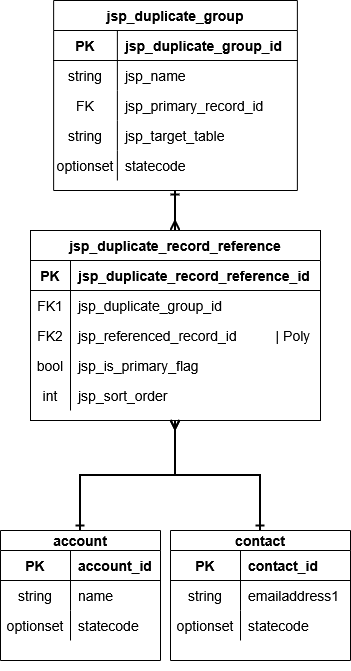
Above: Drawio/ERM Diagram.drawio.png in Josiah-Spilker/IPA-2026-Josiah-Spilker (draw.io), before the change. Source tidied: cells renumbered, new cells last; positions are measured from the earlier drawing's top-left corner, leaving out a move shared by most shapes.
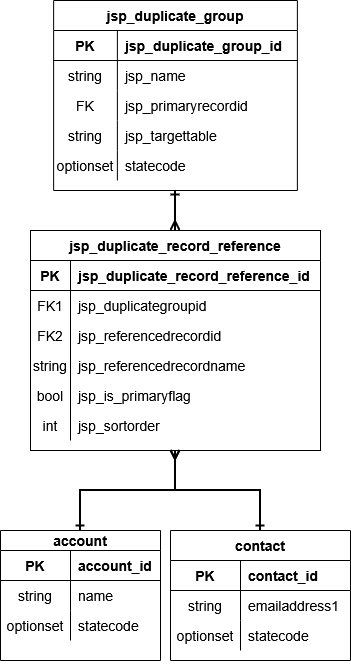
The same diagram one commit later.

Diff of the diagram source:
```diff
@@ -9,7 +9,7 @@
       <mxGeometry relative="1" as="geometry" />
     </mxCell>
     <mxCell id="4" value="jsp_duplicate_record_reference" style="shape=table;startSize=30;rowLines=0;fontStyle=1;align=center;fontSize=14;" parent="1" vertex="1">
-      <mxGeometry x="30" y="230" width="290" height="190" as="geometry" />
+      <mxGeometry x="30" y="230" width="290" height="220" as="geometry" />
     </mxCell>
     <mxCell id="5" style="shape=partialRectangle;fillColor=none;top=0;left=0;right=0;bottom=1;fontSize=14;" parent="4" vertex="1">
       <mxGeometry y="30" width="290" height="30" as="geometry" />
@@ -26,7 +26,7 @@
     <mxCell id="9" value="FK1" style="shape=partialRectangle;overflow=hidden;fillColor=none;top=0;left=0;bottom=0;right=0;fontSize=14;" parent="8" vertex="1">
       <mxGeometry width="40" height="30" as="geometry" />
     </mxCell>
-    <mxCell id="10" value="jsp_duplicate_group_id" style="shape=partialRectangle;overflow=hidden;fillColor=none;top=0;left=0;bottom=0;right=0;align=left;spacingLeft=6;fontSize=14;" parent="8" vertex="1">
+    <mxCell id="10" value="jsp_duplicategroupid" style="shape=partialRectangle;overflow=hidden;fillColor=none;top=0;left=0;bottom=0;right=0;align=left;spacingLeft=6;fontSize=14;" parent="8" vertex="1">
       <mxGeometry x="40" width="250" height="30" as="geometry" />
     </mxCell>
     <mxCell id="11" style="shape=partialRectangle;fillColor=none;top=0;left=0;right=0;bottom=0;fontSize=14;" parent="4" vertex="1">
@@ -35,32 +35,41 @@
     <mxCell id="12" value="FK2" style="shape=partialRectangle;overflow=hidden;fillColor=none;top=0;left=0;bottom=0;right=0;fontSize=14;" parent="11" vertex="1">
       <mxGeometry width="40" height="30" as="geometry" />
     </mxCell>
-    <mxCell id="13" value="jsp_referenced_record_id          | Poly" style="shape=partialRectangle;overflow=hidden;fillColor=none;top=0;left=0;bottom=0;right=0;align=left;spacingLeft=6;fontSize=14;" parent="11" vertex="1">
+    <mxCell id="13" value="jsp_referencedrecordid" style="shape=partialRectangle;overflow=hidden;fillColor=none;top=0;left=0;bottom=0;right=0;align=left;spacingLeft=6;fontSize=14;" parent="11" vertex="1">
       <mxGeometry x="40" width="250" height="30" as="geometry" />
     </mxCell>
+    <mxCell id="58" style="shape=partialRectangle;fillColor=none;top=0;left=0;right=0;bottom=0;fontSize=14;" parent="4" vertex="1">
+      <mxGeometry y="120" width="290" height="30" as="geometry" />
+    </mxCell>
+    <mxCell id="59" value="string" style="shape=partialRectangle;overflow=hidden;fillColor=none;top=0;left=0;bottom=0;right=0;fontSize=14;" parent="58" vertex="1">
+      <mxGeometry width="40" height="30" as="geometry" />
+    </mxCell>
+    <mxCell id="60" value="jsp_referencedrecordname" style="shape=partialRectangle;overflow=hidden;fillColor=none;top=0;left=0;bottom=0;right=0;align=left;spacingLeft=6;fontSize=14;" parent="58" vertex="1">
+      <mxGeometry x="40" width="250" height="30" as="geometry" />
+    </mxCell>
     <mxCell id="14" style="shape=partialRectangle;fillColor=none;top=0;left=0;right=0;bottom=0;fontSize=14;" parent="4" vertex="1">
-      <mxGeometry y="120" width="290" height="30" as="geometry" />
+      <mxGeometry y="150" width="290" height="30" as="geometry" />
     </mxCell>
     <mxCell id="15" value="bool" style="shape=partialRectangle;overflow=hidden;fillColor=none;top=0;left=0;bottom=0;right=0;fontSize=14;" parent="14" vertex="1">
       <mxGeometry width="40" height="30" as="geometry" />
     </mxCell>
-    <mxCell id="16" value="jsp_is_primary_flag" style="shape=partialRectangle;overflow=hidden;fillColor=none;top=0;left=0;bottom=0;right=0;align=left;spacingLeft=6;fontSize=14;" parent="14" vertex="1">
+    <mxCell id="16" value="jsp_is_primaryflag" style="shape=partialRectangle;overflow=hidden;fillColor=none;top=0;left=0;bottom=0;right=0;align=left;spacingLeft=6;fontSize=14;" parent="14" vertex="1">
       <mxGeometry x="40" width="250" height="30" as="geometry" />
     </mxCell>
     <mxCell id="17" style="shape=partialRectangle;fillColor=none;top=0;left=0;right=0;bottom=0;fontSize=14;" parent="4" vertex="1">
-      <mxGeometry y="150" width="290" height="30" as="geometry" />
+      <mxGeometry y="180" width="290" height="30" as="geometry" />
     </mxCell>
     <mxCell id="18" value="int" style="shape=partialRectangle;overflow=hidden;fillColor=none;top=0;left=0;bottom=0;right=0;fontSize=14;" parent="17" vertex="1">
       <mxGeometry width="40" height="30" as="geometry" />
     </mxCell>
-    <mxCell id="19" value="jsp_sort_order" style="shape=partialRectangle;overflow=hidden;fillColor=none;top=0;left=0;bottom=0;right=0;align=left;spacingLeft=6;fontSize=14;" parent="17" vertex="1">
+    <mxCell id="19" value="jsp_sortorder" style="shape=partialRectangle;overflow=hidden;fillColor=none;top=0;left=0;bottom=0;right=0;align=left;spacingLeft=6;fontSize=14;" parent="17" vertex="1">
       <mxGeometry x="40" width="250" height="30" as="geometry" />
     </mxCell>
-    <mxCell id="20" value="contact" style="shape=table;startSize=20;rowLines=0;fontStyle=1;align=center;fontSize=14;" parent="1" vertex="1">
+    <mxCell id="20" value="contact" style="shape=table;startSize=30;rowLines=0;fontStyle=1;align=center;fontSize=14;" parent="1" vertex="1">
       <mxGeometry x="170" y="530" width="180" height="130" as="geometry" />
     </mxCell>
     <mxCell id="21" style="shape=partialRectangle;fillColor=none;top=0;left=0;right=0;bottom=1;fontSize=14;" parent="20" vertex="1">
-      <mxGeometry y="20" width="180" height="30" as="geometry" />
+      <mxGeometry y="30" width="180" height="30" as="geometry" />
     </mxCell>
     <mxCell id="22" value="PK" style="shape=partialRectangle;overflow=hidden;fillColor=none;top=0;left=0;bottom=0;right=0;fontStyle=1;fontSize=14;" parent="21" vertex="1">
       <mxGeometry width="70" height="30" as="geometry" />
@@ -69,7 +78,7 @@
       <mxGeometry x="70" width="110" height="30" as="geometry" />
     </mxCell>
     <mxCell id="24" style="shape=partialRectangle;fillColor=none;top=0;left=0;right=0;bottom=0;fontSize=14;" parent="20" vertex="1">
-      <mxGeometry y="50" width="180" height="30" as="geometry" />
+      <mxGeometry y="60" width="180" height="30" as="geometry" />
     </mxCell>
     <mxCell id="25" value="string" style="shape=partialRectangle;overflow=hidden;fillColor=none;top=0;left=0;bottom=0;right=0;fontSize=14;" parent="24" vertex="1">
       <mxGeometry width="70" height="30" as="geometry" />
@@ -78,7 +87,7 @@
       <mxGeometry x="70" width="110" height="30" as="geometry" />
     </mxCell>
     <mxCell id="27" style="shape=partialRectangle;fillColor=none;top=0;left=0;right=0;bottom=0;fontSize=14;" parent="20" vertex="1">
-      <mxGeometry y="80" width="180" height="30" as="geometry" />
+      <mxGeometry y="90" width="180" height="30" as="geometry" />
     </mxCell>
     <mxCell id="28" value="optionset" style="shape=partialRectangle;overflow=hidden;fillColor=none;top=0;left=0;bottom=0;right=0;fontSize=14;" parent="27" vertex="1">
       <mxGeometry width="70" height="30" as="geometry" />
@@ -113,7 +122,7 @@
     <mxCell id="38" value="FK" style="shape=partialRectangle;overflow=hidden;fillColor=none;top=0;left=0;bottom=0;right=0;fontSize=14;" parent="37" vertex="1">
       <mxGeometry width="63.8" height="30" as="geometry" />
     </mxCell>
-    <mxCell id="39" value="jsp_primary_record_id" style="shape=partialRectangle;overflow=hidden;fillColor=none;top=0;left=0;bottom=0;right=0;align=left;spacingLeft=6;fontSize=14;" parent="37" vertex="1">
+    <mxCell id="39" value="jsp_primaryrecordid" style="shape=partialRectangle;overflow=hidden;fillColor=none;top=0;left=0;bottom=0;right=0;align=left;spacingLeft=6;fontSize=14;" parent="37" vertex="1">
       <mxGeometry x="63.8" width="180" height="30" as="geometry" />
     </mxCell>
     <mxCell id="40" style="shape=partialRectangle;fillColor=none;top=0;left=0;right=0;bottom=0;fontSize=14;" parent="30" vertex="1">
@@ -122,7 +131,7 @@
     <mxCell id="41" value="string" style="shape=partialRectangle;overflow=hidden;fillColor=none;top=0;left=0;bottom=0;right=0;fontSize=14;" parent="40" vertex="1">
       <mxGeometry width="63.8" height="30" as="geometry" />
     </mxCell>
-    <mxCell id="42" value="jsp_target_table" style="shape=partialRectangle;overflow=hidden;fillColor=none;top=0;left=0;bottom=0;right=0;align=left;spacingLeft=6;fontSize=14;" parent="40" vertex="1">
+    <mxCell id="42" value="jsp_targettable" style="shape=partialRectangle;overflow=hidden;fillColor=none;top=0;left=0;bottom=0;right=0;align=left;spacingLeft=6;fontSize=14;" parent="40" vertex="1">
       <mxGeometry x="63.8" width="180" height="30" as="geometry" />
     </mxCell>
     <mxCell id="43" style="shape=partialRectangle;fillColor=none;top=0;left=0;right=0;bottom=0;fontSize=14;" parent="30" vertex="1">
```
